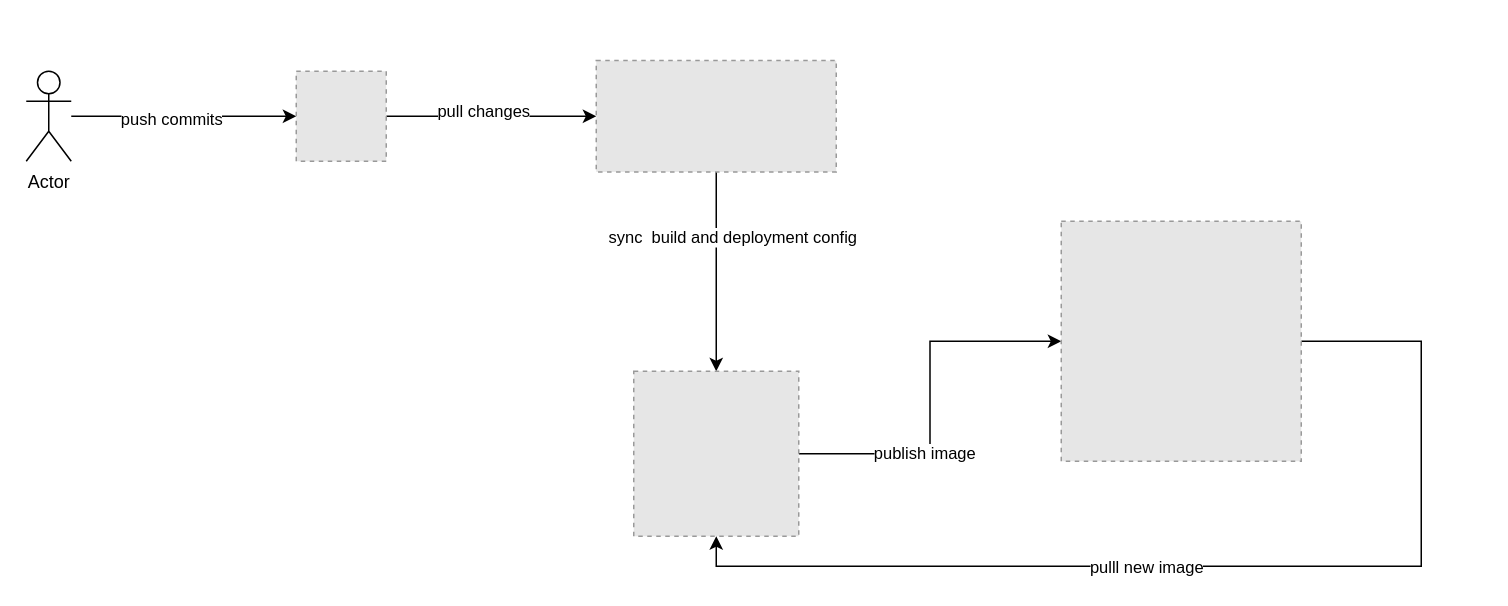
Before: iac-deployment.drawio in haidouks/draw.io, a draw.io diagram. Source tidied: cells renumbered, new cells numbered last; positions are measured from the earlier drawing's top-left corner, leaving out a move shared by most shapes. Both pictures are drawn from the tidied source at 150%, with x=0, y=0 at pixel (26, 60). Pictures stored in the file or linked from it are replaced by grey dashed boxes.
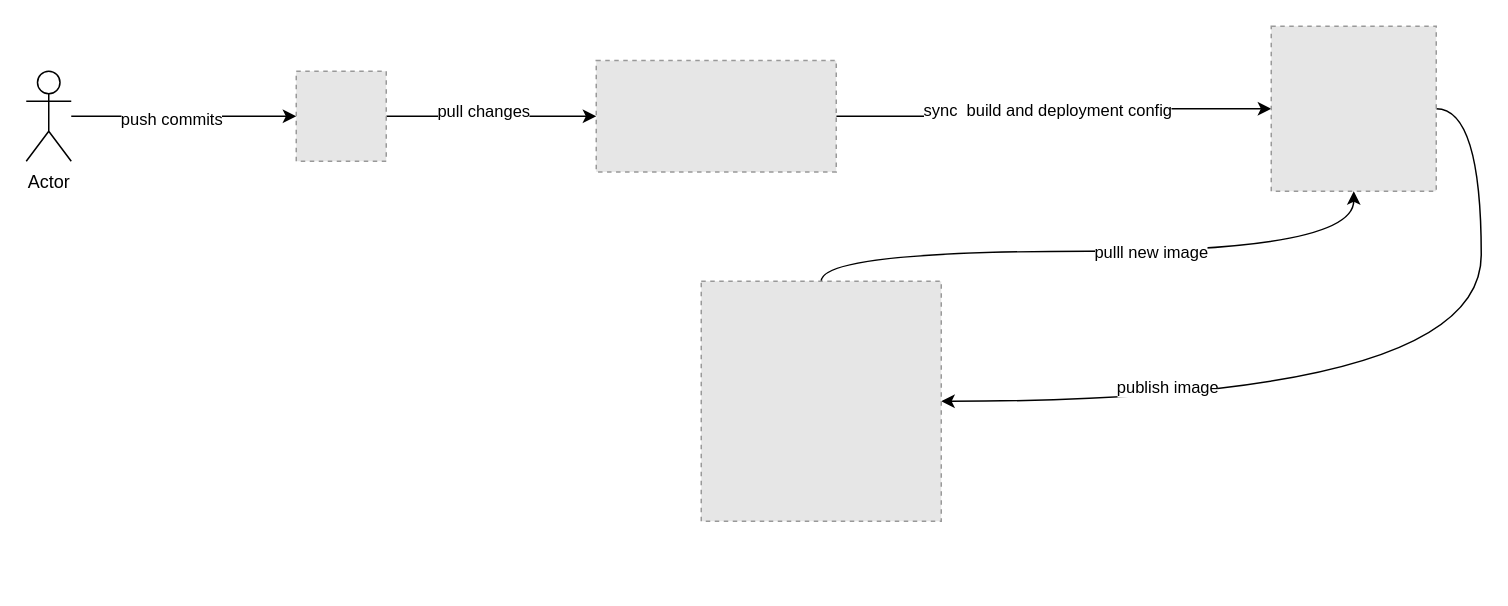
The same page after the edit.

The change refers to these unchanged cells:
```xml
<mxCell id="10" style="fillColor=#E6E6E6;strokeColor=#999999;dashed=1;verticalLabelPosition=bottom;labelBackgroundColor=#ffffff;verticalAlign=top;" parent="1" vertex="1">
  <mxGeometry x="380" y="-0.1" width="160" height="74.2" as="geometry" />
</mxCell>
```

The edit, as a diff of the source:
```diff
@@
-    <mxCell id="8" style="edgeStyle=orthogonalEdgeStyle;rounded=0;jettySize=auto;html=1;exitX=0.5;exitY=1;exitDx=0;exitDy=0;" parent="1" edge="1" source="10" target="13">
+    <mxCell id="8" style="edgeStyle=orthogonalEdgeStyle;rounded=0;jettySize=auto;html=1;exitX=1;exitY=0.5;exitDx=0;exitDy=0;" parent="1" edge="1" source="10" target="13">
       <mxGeometry relative="1" as="geometry" />
     </mxCell>
     <mxCell id="9" value="sync &amp;nbsp;build and deployment config" style="edgeLabel;html=1;align=center;verticalAlign=middle;" parent="8" vertex="1">
       <mxGeometry x="-0.36" y="2" relative="1" as="geometry">
-        <mxPoint x="8" as="offset" />
+        <mxPoint x="46" y="-3" as="offset" />
       </mxGeometry>
     </mxCell>
@@
-    <mxCell id="11" style="edgeStyle=orthogonalEdgeStyle;rounded=0;jettySize=auto;html=1;" parent="1" edge="1" source="13" target="16">
-      <mxGeometry relative="1" as="geometry" />
+    <mxCell id="11" style="edgeStyle=orthogonalEdgeStyle;jettySize=auto;html=1;exitX=1;exitY=0.5;exitDx=0;exitDy=0;entryX=1;entryY=0.5;entryDx=0;entryDy=0;curved=1;" parent="1" edge="1" source="13" target="16">
+      <mxGeometry relative="1" as="geometry">
+        <Array as="points">
+          <mxPoint x="970" y="32" />
+          <mxPoint x="970" y="227" />
+        </Array>
+      </mxGeometry>
     </mxCell>
     <mxCell id="12" value="publish image" style="edgeLabel;html=1;align=center;verticalAlign=middle;" parent="11" vertex="1">
-      <mxGeometry x="-0.3" y="4" relative="1" as="geometry" />
+      <mxGeometry x="-0.3" y="4" relative="1" as="geometry">
+        <mxPoint x="-214" y="10" as="offset" />
+      </mxGeometry>
     </mxCell>
     <mxCell id="13" style="fillColor=#E6E6E6;strokeColor=#999999;dashed=1;verticalLabelPosition=bottom;labelBackgroundColor=#ffffff;verticalAlign=top;" parent="1" vertex="1">
-      <mxGeometry x="405" y="207" width="110" height="110" as="geometry" />
+      <mxGeometry x="830" y="-23" width="110" height="110" as="geometry" />
     </mxCell>
-    <mxCell id="14" style="edgeStyle=orthogonalEdgeStyle;rounded=0;jettySize=auto;html=1;entryX=0.5;entryY=1;entryDx=0;entryDy=0;exitX=1;exitY=0.5;exitDx=0;exitDy=0;" parent="1" edge="1" source="16" target="13">
+    <mxCell id="14" style="edgeStyle=orthogonalEdgeStyle;jettySize=auto;html=1;entryX=0.5;entryY=1;entryDx=0;entryDy=0;exitX=0.5;exitY=0;exitDx=0;exitDy=0;curved=1;" parent="1" edge="1" source="16" target="13">
       <mxGeometry relative="1" as="geometry">
         <Array as="points">
-          <mxPoint x="930" y="187" />
-          <mxPoint x="930" y="337" />
-          <mxPoint x="460" y="337" />
+          <mxPoint x="530" y="127" />
+          <mxPoint x="885" y="127" />
         </Array>
       </mxGeometry>
     </mxCell>
@@
     <mxCell id="16" style="fillColor=#E6E6E6;strokeColor=#999999;dashed=1;verticalLabelPosition=bottom;labelBackgroundColor=#ffffff;verticalAlign=top;" parent="1" vertex="1">
-      <mxGeometry x="690" y="107" width="160" height="160" as="geometry" />
+      <mxGeometry x="450" y="147" width="160" height="160" as="geometry" />
     </mxCell>
```
